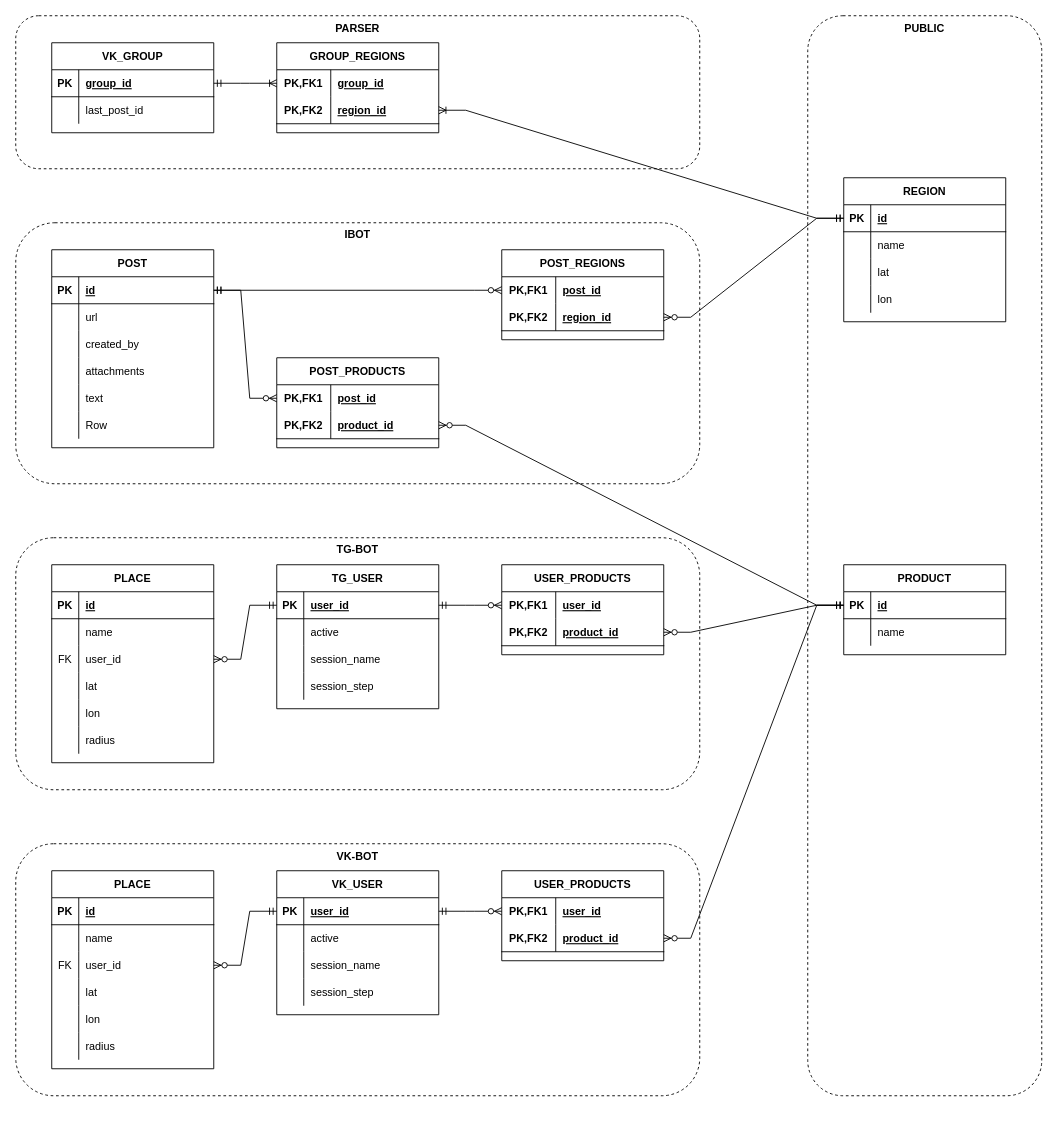
Before: page "DB schema" (2 of 6) of food-sharing.drawio in SamGTU-teams/foodsharing, a draw.io diagram. Source tidied: cells renumbered, new cells numbered last; positions are measured from the earlier drawing's top-left corner, leaving out a move shared by most shapes. Both pictures are drawn from the tidied source at 90%, with x=0, y=0 at pixel (15, 15).
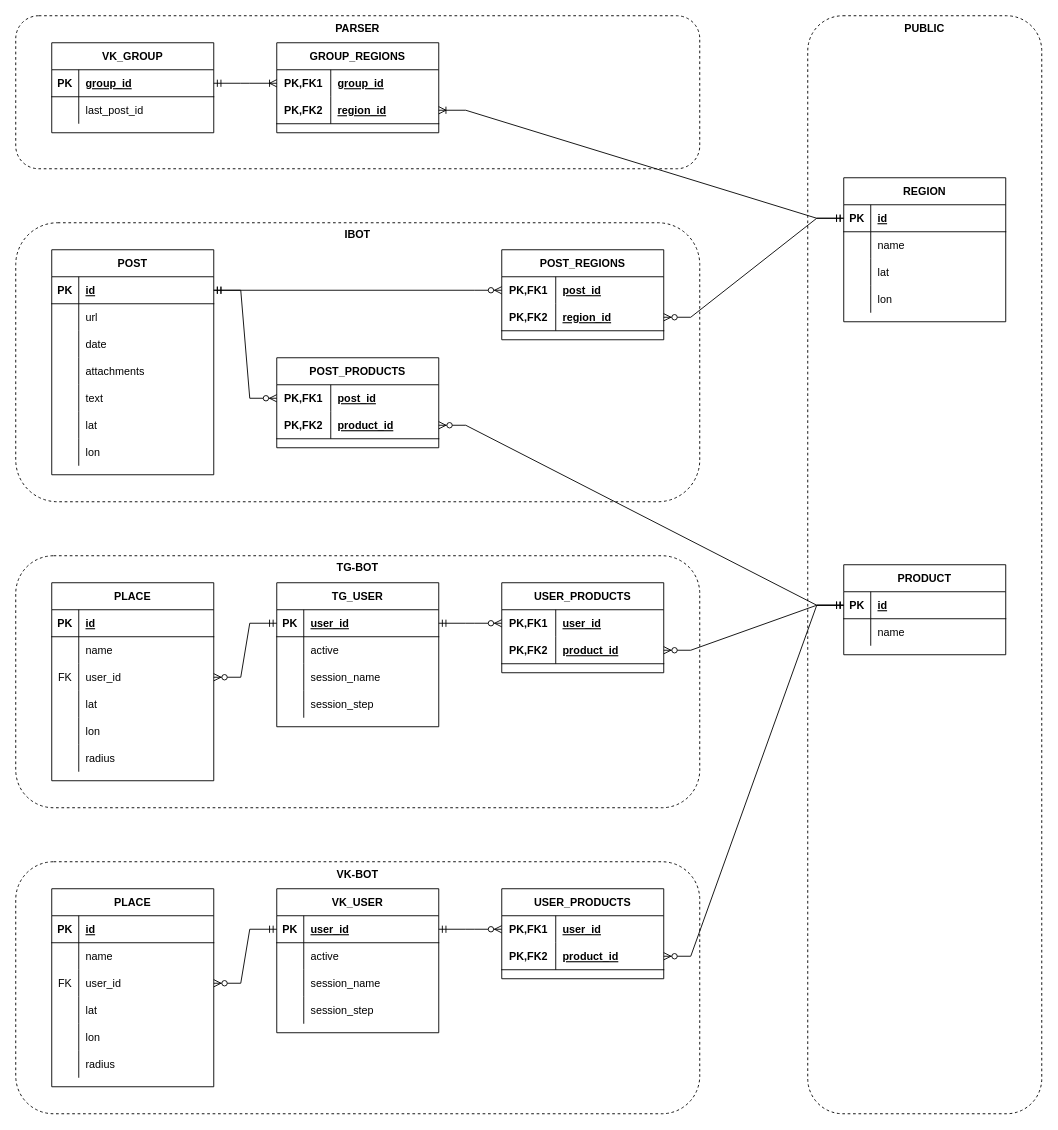
The same page after the edit.

Commit message:
Add fields to DB schema.

Unchanged cells that the change refers to:
```xml
<mxCell id="49" style="shape=tableRow;horizontal=0;startSize=0;swimlaneHead=0;swimlaneBody=0;fillColor=none;top=0;left=0;right=0;bottom=0;" parent="42" vertex="1">
  <mxGeometry y="90" width="180" height="30" as="geometry" />
</mxCell>
<mxCell id="58" style="shape=tableRow;horizontal=0;startSize=0;swimlaneHead=0;swimlaneBody=0;fillColor=none;top=0;left=0;right=0;bottom=0;" parent="42" vertex="1">
  <mxGeometry y="180" width="180" height="30" as="geometry" />
</mxCell>
```

Diff of the diagram source:
```diff
@@
     <mxCell id="2" value="PUBLIC" style="rounded=1;whiteSpace=wrap;html=1;fillColor=none;verticalAlign=top;fontStyle=1;dashed=1;" parent="1" vertex="1">
-      <mxGeometry x="880" width="260" height="1200" as="geometry" />
+      <mxGeometry x="880" width="260" height="1220" as="geometry" />
     </mxCell>
@@
     <mxCell id="4" value="IBOT" style="rounded=1;whiteSpace=wrap;html=1;fillColor=none;verticalAlign=top;fontStyle=1;dashed=1;" parent="1" vertex="1">
-      <mxGeometry y="230" width="760" height="290" as="geometry" />
+      <mxGeometry y="230" width="760" height="310" as="geometry" />
     </mxCell>
     <mxCell id="5" value="TG-BOT" style="rounded=1;whiteSpace=wrap;html=1;fillColor=none;verticalAlign=top;fontStyle=1;dashed=1;" parent="1" vertex="1">
-      <mxGeometry y="580" width="760" height="280" as="geometry" />
+      <mxGeometry y="600" width="760" height="280" as="geometry" />
     </mxCell>
@@
     <mxCell id="42" value="POST" style="shape=table;startSize=30;childLayout=tableLayout;rowLines=0;fontStyle=1;align=center;" parent="1" vertex="1">
-      <mxGeometry x="40" y="260" width="180" height="220" as="geometry" />
+      <mxGeometry x="40" y="260" width="180" height="250" as="geometry" />
     </mxCell>
@@
-    <mxCell id="51" value="created_by" style="shape=partialRectangle;fillColor=none;top=0;left=0;bottom=0;right=0;align=left;spacingLeft=6;overflow=hidden;" parent="49" vertex="1">
+    <mxCell id="51" value="date" style="shape=partialRectangle;fillColor=none;top=0;left=0;bottom=0;right=0;align=left;spacingLeft=6;overflow=hidden;" parent="49" vertex="1">
       <mxGeometry x="30" width="150" height="30" as="geometry" />
     </mxCell>
@@
-    <mxCell id="60" value="Row" style="shape=partialRectangle;fillColor=none;top=0;left=0;bottom=0;right=0;align=left;spacingLeft=6;overflow=hidden;" parent="58" vertex="1">
+    <mxCell id="60" value="lat" style="shape=partialRectangle;fillColor=none;top=0;left=0;bottom=0;right=0;align=left;spacingLeft=6;overflow=hidden;" parent="58" vertex="1">
       <mxGeometry x="30" width="150" height="30" as="geometry" />
     </mxCell>
+    <mxCell id="164" style="shape=tableRow;horizontal=0;startSize=0;swimlaneHead=0;swimlaneBody=0;fillColor=none;top=0;left=0;right=0;bottom=0;" parent="42" vertex="1">
+      <mxGeometry y="210" width="180" height="30" as="geometry" />
+    </mxCell>
+    <mxCell id="165" style="shape=partialRectangle;fillColor=none;top=0;left=0;bottom=0;right=0;overflow=hidden;" parent="164" vertex="1">
+      <mxGeometry width="30" height="30" as="geometry" />
+    </mxCell>
+    <mxCell id="166" value="lon" style="shape=partialRectangle;fillColor=none;top=0;left=0;bottom=0;right=0;align=left;spacingLeft=6;overflow=hidden;" parent="164" vertex="1">
+      <mxGeometry x="30" width="150" height="30" as="geometry" />
+    </mxCell>
     <mxCell id="61" value="TG_USER" style="shape=table;startSize=30;childLayout=tableLayout;rowLines=0;fontStyle=1;align=center;fillColor=none;" parent="1" vertex="1">
-      <mxGeometry x="290" y="610" width="180" height="160" as="geometry" />
+      <mxGeometry x="290" y="630" width="180" height="160" as="geometry" />
     </mxCell>
@@
     <mxCell id="74" value="USER_PRODUCTS" style="shape=table;startSize=30;childLayout=tableLayout;rowLines=0;fontStyle=1;align=center;fillColor=none;" parent="1" vertex="1">
-      <mxGeometry x="540" y="610" width="180" height="100" as="geometry" />
+      <mxGeometry x="540" y="630" width="180" height="100" as="geometry" />
     </mxCell>
@@
     <mxCell id="81" value="PLACE" style="shape=table;startSize=30;childLayout=tableLayout;rowLines=0;fontStyle=1;align=center;fillColor=none;" parent="1" vertex="1">
-      <mxGeometry x="40" y="610" width="180" height="220" as="geometry" />
+      <mxGeometry x="40" y="630" width="180" height="220" as="geometry" />
     </mxCell>
@@
     <mxCell id="121" value="VK-BOT" style="rounded=1;whiteSpace=wrap;html=1;fillColor=none;verticalAlign=top;fontStyle=1;dashed=1;" parent="1" vertex="1">
-      <mxGeometry y="920" width="760" height="280" as="geometry" />
+      <mxGeometry y="940" width="760" height="280" as="geometry" />
     </mxCell>
     <mxCell id="122" value="VK_USER" style="shape=table;startSize=30;childLayout=tableLayout;rowLines=0;fontStyle=1;align=center;fillColor=none;" parent="1" vertex="1">
-      <mxGeometry x="290" y="950" width="180" height="160" as="geometry" />
+      <mxGeometry x="290" y="970" width="180" height="160" as="geometry" />
     </mxCell>
@@
     <mxCell id="135" value="USER_PRODUCTS" style="shape=table;startSize=30;childLayout=tableLayout;rowLines=0;fontStyle=1;align=center;fillColor=none;" parent="1" vertex="1">
-      <mxGeometry x="540" y="950" width="180" height="100" as="geometry" />
+      <mxGeometry x="540" y="970" width="180" height="100" as="geometry" />
     </mxCell>
@@
     <mxCell id="142" value="PLACE" style="shape=table;startSize=30;childLayout=tableLayout;rowLines=0;fontStyle=1;align=center;fillColor=none;" parent="1" vertex="1">
-      <mxGeometry x="40" y="950" width="180" height="220" as="geometry" />
+      <mxGeometry x="40" y="970" width="180" height="220" as="geometry" />
     </mxCell>
```
